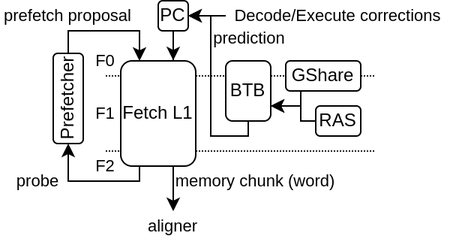
Earlier version of the draw.io export source/asset/picture/fetch_l1.png (SpinalHDL/VexiiRiscv-RTD). Source tidied: cells renumbered, new cells last; positions are measured from the earlier drawing's top-left corner, leaving out a move shared by most shapes.
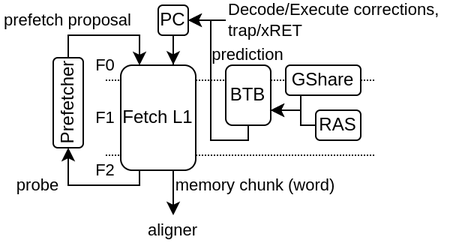
Above is the later version.

Commit message:
more doc about branch prediction and fetch stages

Diff of the diagram source:
```diff
@@ -84,7 +84,7 @@
     <mxCell id="18" style="edgeStyle=orthogonalEdgeStyle;rounded=0;jettySize=auto;html=1;entryX=1;entryY=0.5;entryDx=0;entryDy=0;" parent="1" edge="1" source="19" target="5">
       <mxGeometry relative="1" as="geometry" />
     </mxCell>
-    <mxCell id="19" value="Decode/Execute corrections" style="text;html=1;strokeColor=none;fillColor=none;align=center;verticalAlign=middle;whiteSpace=wrap;rounded=0;dashed=1;dashPattern=1 1;labelBackgroundColor=none;fontSize=11;" parent="1" vertex="1">
+    <mxCell id="19" value="Decode/Execute corrections, trap/xRET" style="text;html=1;strokeColor=none;fillColor=none;align=left;verticalAlign=middle;whiteSpace=wrap;rounded=0;dashed=1;dashPattern=1 1;labelBackgroundColor=none;fontSize=11;" parent="1" vertex="1">
       <mxGeometry x="150" width="150" height="20" as="geometry" />
     </mxCell>
     <mxCell id="20" value="memory chunk (word)" style="text;html=1;strokeColor=none;fillColor=none;align=center;verticalAlign=middle;whiteSpace=wrap;rounded=0;dashed=1;dashPattern=1 1;labelBackgroundColor=none;fontSize=11;" parent="1" vertex="1">
@@ -111,7 +111,7 @@
       <mxGeometry width="90" height="20" as="geometry" />
     </mxCell>
     <mxCell id="26" value="prediction" style="text;html=1;strokeColor=none;fillColor=none;align=center;verticalAlign=middle;whiteSpace=wrap;rounded=0;dashed=1;dashPattern=1 1;labelBackgroundColor=none;fontSize=11;" parent="1" vertex="1">
-      <mxGeometry x="141" y="15" width="50" height="20" as="geometry" />
+      <mxGeometry x="140" y="23" width="50" height="20" as="geometry" />
     </mxCell>
   </root>
 </mxGraphModel>
```
